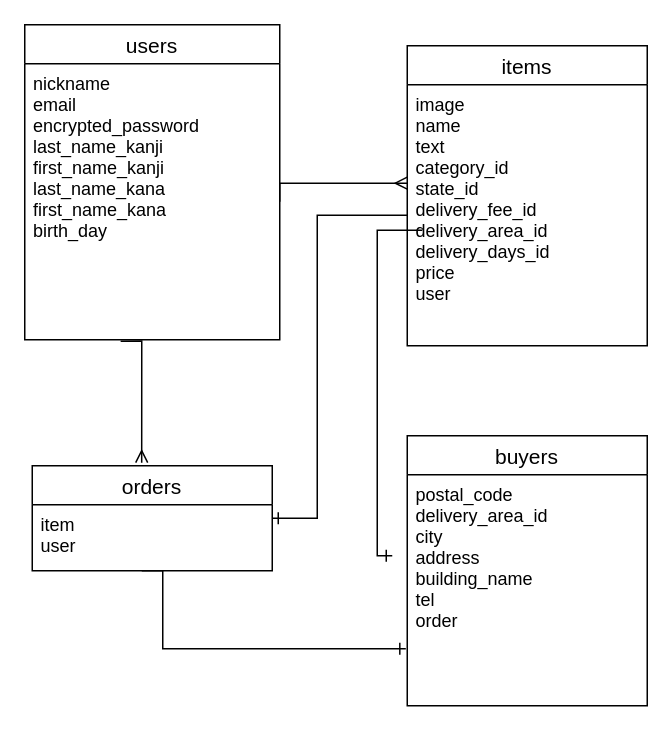
Before: furimaE-R.dio in shima159753/furima-34376, a draw.io diagram. Source tidied: cells renumbered, new cells numbered last; positions are measured from the earlier drawing's top-left corner, leaving out a move shared by most shapes. Both pictures are drawn from the tidied source at 150%, with x=0, y=0 at pixel (24, 24).
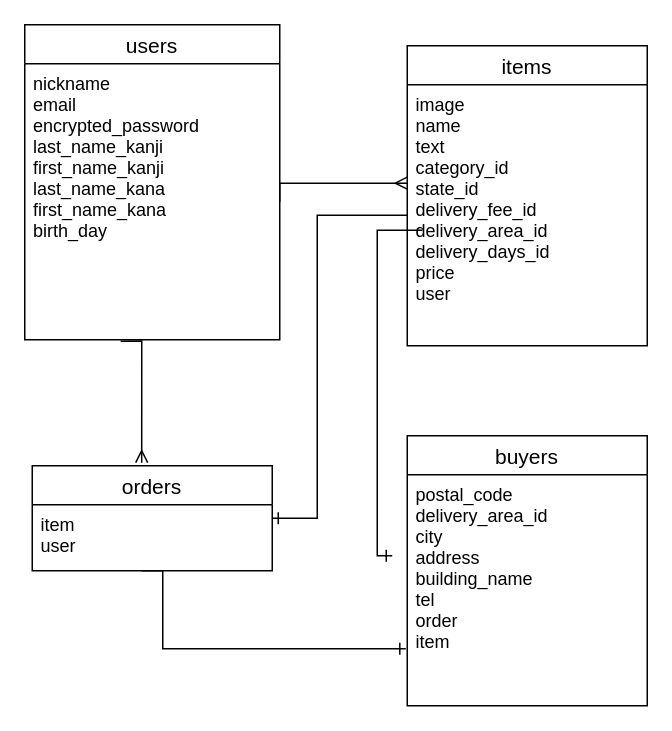
The same page after the edit.

The change refers to these unchanged cells:
```xml
<mxCell id="6" value="buyers" style="swimlane;fontStyle=0;horizontal=1;startSize=26;align=center;fontSize=14;" parent="1" vertex="1">
  <mxGeometry x="255" y="274" width="160" height="180" as="geometry" />
</mxCell>
```

Diff of the diagram source:
```diff
@@
-    <mxCell id="7" value="postal_code&#10;delivery_area_id&#10;city&#10;address&#10;building_name&#10;tel&#10;order" style="text;strokeColor=none;fillColor=none;spacingLeft=4;spacingRight=4;overflow=hidden;points=[[0,0.5],[1,0.5]];portConstraint=eastwest;fontSize=12;" parent="6" vertex="1">
+    <mxCell id="7" value="postal_code&#10;delivery_area_id&#10;city&#10;address&#10;building_name&#10;tel&#10;order&#10;item" style="text;strokeColor=none;fillColor=none;spacingLeft=4;spacingRight=4;overflow=hidden;points=[[0,0.5],[1,0.5]];portConstraint=eastwest;fontSize=12;" parent="6" vertex="1">
       <mxGeometry y="26" width="160" height="154" as="geometry" />
     </mxCell>
```
